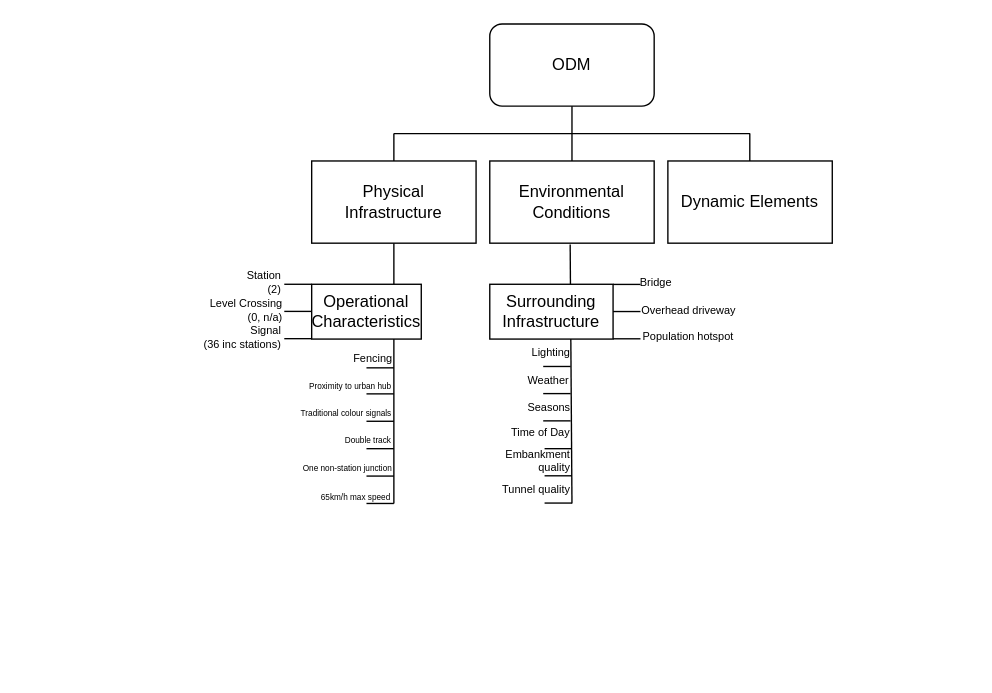
Earlier version of the draw.io diagram Step 1/ODM.drawio (TortoiseFather/SACRED). Source tidied: cells renumbered, new cells numbered last; positions are measured from the earlier drawing's top-left corner, leaving out a move shared by most shapes. Both pictures are drawn from the tidied source at 137%, with x=0, y=0 at pixel (201, 23).
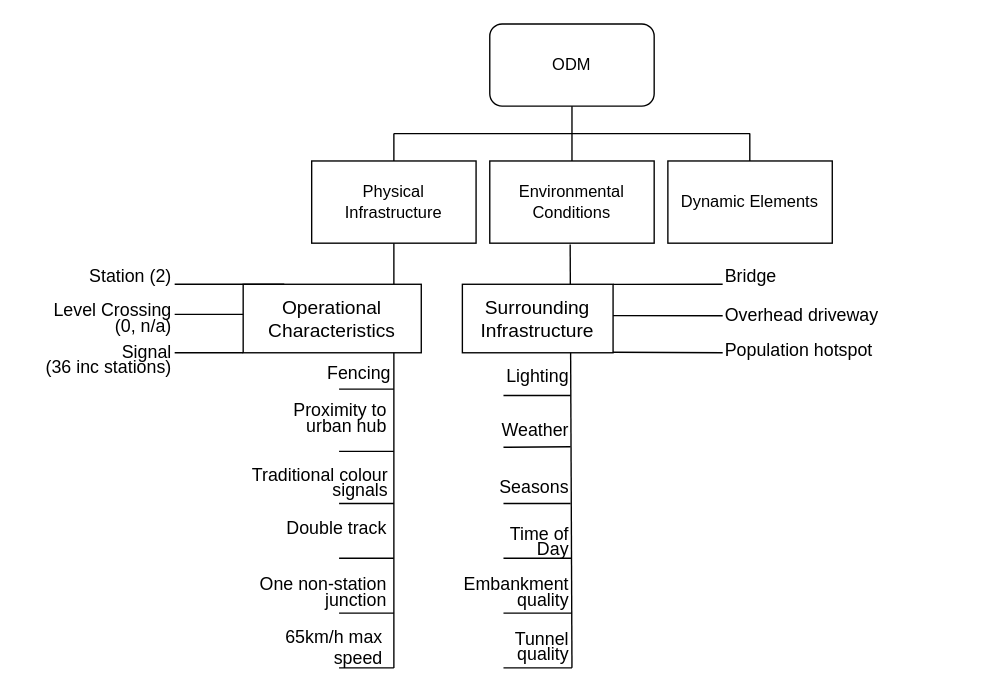
Above is the later version.

The change refers to these unchanged cells:
```xml
<mxCell id="5" value="Physical Infrastructure" style="rounded=0;whiteSpace=wrap;html=1;" parent="1" vertex="1">
  <mxGeometry x="80" y="100" width="120" height="60" as="geometry" />
</mxCell>
<mxCell id="6" value="Environmental Conditions" style="rounded=0;whiteSpace=wrap;html=1;" parent="1" vertex="1">
  <mxGeometry x="210" y="100" width="120" height="60" as="geometry" />
</mxCell>
```

Diff of the diagram source:
```diff
@@
     <mxCell id="2" style="endArrow=none;html=1;rounded=0;fontSize=12;startSize=8;endSize=8;curved=1;entryX=0.489;entryY=1.016;entryDx=0;entryDy=0;entryPerimeter=0;" parent="1" edge="1" target="6">
       <mxGeometry relative="1" as="geometry">
-        <mxPoint x="270" y="350" as="sourcePoint" />
+        <mxPoint x="270" y="470" as="sourcePoint" />
       </mxGeometry>
     </mxCell>
     <mxCell id="3" style="endArrow=none;html=1;rounded=0;fontSize=12;startSize=8;endSize=8;curved=1;entryX=0.5;entryY=1;entryDx=0;entryDy=0;" parent="1" edge="1" target="5">
       <mxGeometry relative="1" as="geometry">
-        <mxPoint x="140" y="350" as="sourcePoint" />
+        <mxPoint x="140" y="470" as="sourcePoint" />
       </mxGeometry>
     </mxCell>
@@
-    <mxCell id="7" value="Operational Characteristics" style="rounded=0;whiteSpace=wrap;html=1;" parent="1" vertex="1">
-      <mxGeometry x="80" y="190" width="80" height="40" as="geometry" />
+    <mxCell id="7" value="&lt;font style=&quot;font-size: 14px;&quot;&gt;Operational Characteristics&lt;/font&gt;" style="rounded=0;whiteSpace=wrap;html=1;" parent="1" vertex="1">
+      <mxGeometry x="30" y="190" width="130" height="50" as="geometry" />
     </mxCell>
-    <mxCell id="8" value="Surrounding Infrastructure" style="rounded=0;whiteSpace=wrap;html=1;" parent="1" vertex="1">
-      <mxGeometry x="210" y="190" width="90" height="40" as="geometry" />
+    <mxCell id="8" value="&lt;font style=&quot;font-size: 14px;&quot;&gt;Surrounding Infrastructure&lt;/font&gt;" style="rounded=0;whiteSpace=wrap;html=1;" parent="1" vertex="1">
+      <mxGeometry x="190" y="190" width="110" height="50" as="geometry" />
     </mxCell>
@@
-    <mxCell id="15" value="&lt;div style=&quot;line-height: 80%;&quot;&gt;&lt;div&gt;&lt;font style=&quot;font-size: 8px; line-height: 80%;&quot;&gt;Station&lt;/font&gt;&lt;/div&gt;&lt;div&gt;&lt;font style=&quot;font-size: 8px; line-height: 80%;&quot;&gt;(2)&lt;/font&gt;&lt;/div&gt;&lt;/div&gt;" style="text;html=1;align=right;verticalAlign=middle;whiteSpace=wrap;rounded=0;" parent="1" vertex="1">
-      <mxGeometry y="173" width="60" height="30" as="geometry" />
+    <mxCell id="15" value="&lt;div style=&quot;line-height: 80%;&quot;&gt;&lt;div&gt;&lt;font style=&quot;line-height: 80%;&quot;&gt;Station (2)&lt;/font&gt;&lt;/div&gt;&lt;/div&gt;" style="text;html=1;align=right;verticalAlign=middle;whiteSpace=wrap;rounded=0;fontSize=13;" parent="1" vertex="1">
+      <mxGeometry x="-120" y="170" width="100" height="30" as="geometry" />
     </mxCell>
     <mxCell id="16" style="endArrow=none;html=1;rounded=0;fontSize=12;startSize=8;endSize=8;curved=1;entryX=0;entryY=0;entryDx=0;entryDy=0;" parent="1" edge="1">
       <mxGeometry relative="1" as="geometry">
-        <mxPoint x="60" y="209.8" as="sourcePoint" />
-        <mxPoint x="80" y="209.8" as="targetPoint" />
+        <mxPoint x="-20" y="212" as="sourcePoint" />
+        <mxPoint x="30" y="212" as="targetPoint" />
       </mxGeometry>
     </mxCell>
-    <mxCell id="17" value="&lt;div style=&quot;line-height: 80%;&quot;&gt;&lt;div&gt;&lt;font style=&quot;font-size: 8px; line-height: 80%;&quot;&gt;Level Crossing&lt;/font&gt;&lt;/div&gt;&lt;div&gt;&lt;font style=&quot;font-size: 8px; line-height: 80%;&quot;&gt;(0, n/a)&lt;/font&gt;&lt;/div&gt;&lt;/div&gt;" style="text;html=1;align=right;verticalAlign=middle;whiteSpace=wrap;rounded=0;" parent="1" vertex="1">
-      <mxGeometry x="1" y="193" width="60" height="30" as="geometry" />
+    <mxCell id="17" value="&lt;div style=&quot;line-height: 80%;&quot;&gt;&lt;div&gt;&lt;font style=&quot;line-height: 80%;&quot;&gt;Level Crossing&lt;/font&gt;&lt;/div&gt;&lt;div&gt;&lt;font style=&quot;line-height: 80%;&quot;&gt;(0, n/a)&lt;/font&gt;&lt;/div&gt;&lt;/div&gt;" style="text;html=1;align=right;verticalAlign=middle;whiteSpace=wrap;rounded=0;fontSize=13;" parent="1" vertex="1">
+      <mxGeometry x="-121" y="200" width="101" height="30" as="geometry" />
     </mxCell>
     <mxCell id="18" style="endArrow=none;html=1;rounded=0;fontSize=12;startSize=8;endSize=8;curved=1;entryX=0;entryY=0;entryDx=0;entryDy=0;" parent="1" edge="1">
       <mxGeometry relative="1" as="geometry">
-        <mxPoint x="60" y="229.7" as="sourcePoint" />
-        <mxPoint x="80" y="229.7" as="targetPoint" />
+        <mxPoint x="-20" y="240" as="sourcePoint" />
+        <mxPoint x="30" y="240" as="targetPoint" />
       </mxGeometry>
     </mxCell>
-    <mxCell id="19" value="&lt;div style=&quot;line-height: 80%;&quot;&gt;&lt;div&gt;&lt;font style=&quot;font-size: 8px; line-height: 80%;&quot;&gt;Signal&lt;/font&gt;&lt;/div&gt;&lt;font style=&quot;font-size: 8px; line-height: 80%;&quot;&gt;(36 inc stations)&lt;/font&gt;&lt;/div&gt;" style="text;html=1;align=right;verticalAlign=middle;whiteSpace=wrap;rounded=0;" parent="1" vertex="1">
-      <mxGeometry y="213" width="60" height="30" as="geometry" />
+    <mxCell id="19" value="&lt;div style=&quot;line-height: 80%;&quot;&gt;&lt;div&gt;&lt;font style=&quot;line-height: 80%;&quot;&gt;Signal&lt;/font&gt;&lt;/div&gt;&lt;font style=&quot;line-height: 80%;&quot;&gt;(36 inc stations)&lt;/font&gt;&lt;/div&gt;" style="text;html=1;align=right;verticalAlign=middle;whiteSpace=wrap;rounded=0;fontSize=13;" parent="1" vertex="1">
+      <mxGeometry x="-130" y="230" width="110" height="30" as="geometry" />
     </mxCell>
     <mxCell id="20" style="endArrow=none;html=1;rounded=0;fontSize=12;startSize=8;endSize=8;curved=1;entryX=0;entryY=0;entryDx=0;entryDy=0;" parent="1" edge="1">
       <mxGeometry relative="1" as="geometry">
-        <mxPoint x="120" y="270" as="sourcePoint" />
-        <mxPoint x="140" y="270" as="targetPoint" />
+        <mxPoint x="100" y="312" as="sourcePoint" />
+        <mxPoint x="140" y="312" as="targetPoint" />
       </mxGeometry>
     </mxCell>
     <mxCell id="21" style="endArrow=none;html=1;rounded=0;fontSize=12;startSize=8;endSize=8;curved=1;entryX=0;entryY=0;entryDx=0;entryDy=0;" parent="1" edge="1">
       <mxGeometry relative="1" as="geometry">
-        <mxPoint x="120" y="251" as="sourcePoint" />
-        <mxPoint x="140" y="251" as="targetPoint" />
+        <mxPoint x="100" y="266.5" as="sourcePoint" />
+        <mxPoint x="140" y="266.5" as="targetPoint" />
       </mxGeometry>
     </mxCell>
     <mxCell id="22" style="endArrow=none;html=1;rounded=0;fontSize=12;startSize=8;endSize=8;curved=1;entryX=0;entryY=0;entryDx=0;entryDy=0;" parent="1" edge="1">
       <mxGeometry relative="1" as="geometry">
-        <mxPoint x="120" y="290" as="sourcePoint" />
-        <mxPoint x="140" y="290" as="targetPoint" />
+        <mxPoint x="100" y="350" as="sourcePoint" />
+        <mxPoint x="140" y="350" as="targetPoint" />
       </mxGeometry>
     </mxCell>
     <mxCell id="23" style="endArrow=none;html=1;rounded=0;fontSize=12;startSize=8;endSize=8;curved=1;entryX=0;entryY=0;entryDx=0;entryDy=0;" parent="1" edge="1">
       <mxGeometry relative="1" as="geometry">
-        <mxPoint x="120" y="310" as="sourcePoint" />
-        <mxPoint x="140" y="310" as="targetPoint" />
+        <mxPoint x="100" y="390" as="sourcePoint" />
+        <mxPoint x="140" y="390" as="targetPoint" />
       </mxGeometry>
     </mxCell>
     <mxCell id="24" style="endArrow=none;html=1;rounded=0;fontSize=12;startSize=8;endSize=8;curved=1;entryX=0;entryY=0;entryDx=0;entryDy=0;" parent="1" edge="1">
       <mxGeometry relative="1" as="geometry">
-        <mxPoint x="120" y="330" as="sourcePoint" />
-        <mxPoint x="140" y="330" as="targetPoint" />
+        <mxPoint x="100" y="430" as="sourcePoint" />
+        <mxPoint x="140" y="430" as="targetPoint" />
       </mxGeometry>
     </mxCell>
     <mxCell id="25" style="endArrow=none;html=1;rounded=0;fontSize=12;startSize=8;endSize=8;curved=1;entryX=0;entryY=0;entryDx=0;entryDy=0;" parent="1" edge="1">
       <mxGeometry relative="1" as="geometry">
-        <mxPoint x="120" y="350" as="sourcePoint" />
-        <mxPoint x="140" y="350" as="targetPoint" />
+        <mxPoint x="100" y="470" as="sourcePoint" />
+        <mxPoint x="140" y="470" as="targetPoint" />
       </mxGeometry>
     </mxCell>
-    <mxCell id="26" value="&lt;font style=&quot;font-size: 8px;&quot;&gt;Fencing&lt;/font&gt;" style="text;html=1;align=center;verticalAlign=middle;whiteSpace=wrap;rounded=0;" parent="1" vertex="1">
-      <mxGeometry x="95" y="228" width="60" height="30" as="geometry" />
+    <mxCell id="26" value="&lt;font&gt;Fencing&lt;/font&gt;" style="text;html=1;align=right;verticalAlign=middle;whiteSpace=wrap;rounded=0;fontSize=13;" parent="1" vertex="1">
+      <mxGeometry x="80" y="240" width="60" height="30" as="geometry" />
     </mxCell>
-    <mxCell id="27" value="&lt;div style=&quot;line-height: 80%;&quot;&gt;&lt;font style=&quot;line-height: 80%; font-size: 6px;&quot;&gt;Proximity to urban hub&lt;/font&gt;&lt;/div&gt;" style="text;html=1;align=center;verticalAlign=middle;whiteSpace=wrap;rounded=0;" parent="1" vertex="1">
-      <mxGeometry x="70" y="248" width="77" height="30" as="geometry" />
+    <mxCell id="27" value="&lt;div style=&quot;line-height: 80%;&quot;&gt;&lt;font style=&quot;line-height: 80%;&quot;&gt;Proximity to urban hub&lt;/font&gt;&lt;/div&gt;" style="text;html=1;align=right;verticalAlign=middle;whiteSpace=wrap;rounded=0;fontSize=13;" parent="1" vertex="1">
+      <mxGeometry x="60" y="273" width="77" height="30" as="geometry" />
     </mxCell>
-    <mxCell id="28" value="&lt;div style=&quot;line-height: 80%;&quot;&gt;&lt;font style=&quot;line-height: 80%; font-size: 6px;&quot;&gt;Traditional colour signals&lt;/font&gt;&lt;/div&gt;" style="text;html=1;align=center;verticalAlign=middle;whiteSpace=wrap;rounded=0;" parent="1" vertex="1">
-      <mxGeometry x="67" y="268" width="77" height="30" as="geometry" />
+    <mxCell id="28" value="&lt;div style=&quot;line-height: 80%;&quot;&gt;&lt;font style=&quot;line-height: 80%;&quot;&gt;Traditional colour signals&lt;/font&gt;&lt;/div&gt;" style="text;html=1;align=right;verticalAlign=middle;whiteSpace=wrap;rounded=0;fontSize=13;" parent="1" vertex="1">
+      <mxGeometry x="23.5" y="320" width="113.5" height="30" as="geometry" />
     </mxCell>
-    <mxCell id="29" value="&lt;div style=&quot;line-height: 80%;&quot;&gt;&lt;font style=&quot;line-height: 80%; font-size: 6px;&quot;&gt;Double track&lt;/font&gt;&lt;/div&gt;" style="text;html=1;align=center;verticalAlign=middle;whiteSpace=wrap;rounded=0;" parent="1" vertex="1">
-      <mxGeometry x="83" y="287" width="77" height="30" as="geometry" />
+    <mxCell id="29" value="&lt;div style=&quot;line-height: 80%;&quot;&gt;&lt;font style=&quot;line-height: 80%;&quot;&gt;Double track&lt;/font&gt;&lt;/div&gt;" style="text;html=1;align=right;verticalAlign=middle;whiteSpace=wrap;rounded=0;fontSize=13;" parent="1" vertex="1">
+      <mxGeometry x="60" y="354" width="77" height="30" as="geometry" />
     </mxCell>
-    <mxCell id="30" value="&lt;div style=&quot;line-height: 80%;&quot;&gt;&lt;font style=&quot;line-height: 80%; font-size: 6px;&quot;&gt;One non-station junction&lt;/font&gt;&lt;/div&gt;" style="text;html=1;align=center;verticalAlign=middle;whiteSpace=wrap;rounded=0;" parent="1" vertex="1">
-      <mxGeometry x="68" y="308" width="77" height="30" as="geometry" />
+    <mxCell id="30" value="&lt;div style=&quot;line-height: 80%;&quot;&gt;&lt;font style=&quot;line-height: 80%;&quot;&gt;One non-station junction&lt;/font&gt;&lt;/div&gt;" style="text;html=1;align=right;verticalAlign=middle;whiteSpace=wrap;rounded=0;fontSize=13;" parent="1" vertex="1">
+      <mxGeometry x="30" y="400" width="107" height="30" as="geometry" />
     </mxCell>
-    <mxCell id="31" value="&lt;div&gt;&lt;font style=&quot;font-size: 6px;&quot;&gt;65km/h max speed&lt;/font&gt;&lt;/div&gt;" style="text;html=1;align=center;verticalAlign=middle;whiteSpace=wrap;rounded=0;fontSize=8;" parent="1" vertex="1">
-      <mxGeometry x="74" y="330" width="77" height="30" as="geometry" />
+    <mxCell id="31" value="&lt;div&gt;&lt;font&gt;65km/h max speed&lt;/font&gt;&lt;/div&gt;" style="text;html=1;align=right;verticalAlign=middle;whiteSpace=wrap;rounded=0;fontSize=13;" parent="1" vertex="1">
+      <mxGeometry x="56.5" y="440" width="77" height="30" as="geometry" />
     </mxCell>
-    <mxCell id="32" style="endArrow=none;html=1;rounded=0;fontSize=12;startSize=8;endSize=8;curved=1;entryX=0;entryY=0;entryDx=0;entryDy=0;" parent="1" edge="1">
+    <mxCell id="32" style="endArrow=none;html=1;rounded=0;fontSize=12;startSize=8;endSize=8;curved=1;" parent="1" edge="1">
       <mxGeometry relative="1" as="geometry">
         <mxPoint x="300" y="190.1" as="sourcePoint" />
-        <mxPoint x="320" y="190.1" as="targetPoint" />
+        <mxPoint x="380" y="190" as="targetPoint" />
       </mxGeometry>
     </mxCell>
-    <mxCell id="33" style="endArrow=none;html=1;rounded=0;fontSize=12;startSize=8;endSize=8;curved=1;entryX=0;entryY=0;entryDx=0;entryDy=0;" parent="1" edge="1">
+    <mxCell id="33" style="endArrow=none;html=1;rounded=0;fontSize=12;startSize=8;endSize=8;curved=1;" parent="1" edge="1">
       <mxGeometry relative="1" as="geometry">
-        <mxPoint x="300" y="209.9" as="sourcePoint" />
-        <mxPoint x="320" y="209.9" as="targetPoint" />
+        <mxPoint x="300" y="212.9" as="sourcePoint" />
+        <mxPoint x="380" y="213" as="targetPoint" />
       </mxGeometry>
     </mxCell>
-    <mxCell id="34" style="endArrow=none;html=1;rounded=0;fontSize=12;startSize=8;endSize=8;curved=1;entryX=0;entryY=0;entryDx=0;entryDy=0;" parent="1" edge="1">
+    <mxCell id="34" style="endArrow=none;html=1;rounded=0;fontSize=12;startSize=8;endSize=8;curved=1;" parent="1" edge="1">
       <mxGeometry relative="1" as="geometry">
-        <mxPoint x="300" y="229.8" as="sourcePoint" />
-        <mxPoint x="320" y="229.8" as="targetPoint" />
+        <mxPoint x="300" y="239.6" as="sourcePoint" />
+        <mxPoint x="380" y="240" as="targetPoint" />
       </mxGeometry>
     </mxCell>
-    <mxCell id="35" value="&lt;div align=&quot;left&quot; style=&quot;line-height: 80%;&quot;&gt;&lt;div&gt;&lt;font style=&quot;font-size: 8px; line-height: 80%;&quot;&gt;Bridge&lt;/font&gt;&lt;/div&gt;&lt;/div&gt;" style="text;html=1;align=left;verticalAlign=middle;whiteSpace=wrap;rounded=0;" parent="1" vertex="1">
-      <mxGeometry x="318" y="173" width="60" height="30" as="geometry" />
+    <mxCell id="35" value="&lt;div style=&quot;line-height: 80%;&quot;&gt;&lt;div&gt;&lt;font style=&quot;line-height: 80%;&quot;&gt;Bridge&lt;/font&gt;&lt;/div&gt;&lt;/div&gt;" style="text;html=1;align=left;verticalAlign=middle;whiteSpace=wrap;rounded=0;fontSize=13;" parent="1" vertex="1">
+      <mxGeometry x="380" y="170" width="60" height="30" as="geometry" />
     </mxCell>
-    <mxCell id="36" value="&lt;div align=&quot;left&quot; style=&quot;line-height: 80%;&quot;&gt;&lt;div&gt;&lt;font style=&quot;font-size: 8px; line-height: 80%;&quot;&gt;Overhead driveway&lt;/font&gt;&lt;/div&gt;&lt;/div&gt;" style="text;html=1;align=left;verticalAlign=middle;whiteSpace=wrap;rounded=0;" parent="1" vertex="1">
-      <mxGeometry x="319" y="193" width="81" height="30" as="geometry" />
+    <mxCell id="36" value="&lt;div style=&quot;line-height: 80%;&quot;&gt;&lt;div&gt;&lt;font style=&quot;line-height: 80%;&quot;&gt;Overhead driveway&lt;/font&gt;&lt;/div&gt;&lt;/div&gt;" style="text;html=1;align=left;verticalAlign=middle;whiteSpace=wrap;rounded=0;fontSize=13;" parent="1" vertex="1">
+      <mxGeometry x="380" y="196" width="174" height="34" as="geometry" />
     </mxCell>
-    <mxCell id="37" value="&lt;div align=&quot;left&quot; style=&quot;line-height: 80%;&quot;&gt;&lt;div&gt;&lt;font style=&quot;font-size: 8px; line-height: 80%;&quot;&gt;Population hotspot&lt;/font&gt;&lt;/div&gt;&lt;/div&gt;" style="text;html=1;align=left;verticalAlign=middle;whiteSpace=wrap;rounded=0;" parent="1" vertex="1">
-      <mxGeometry x="320" y="212" width="81" height="30" as="geometry" />
+    <mxCell id="37" value="&lt;div style=&quot;line-height: 80%;&quot;&gt;&lt;div&gt;&lt;font style=&quot;line-height: 80%;&quot;&gt;Population hotspot&lt;/font&gt;&lt;/div&gt;&lt;/div&gt;" style="text;html=1;align=left;verticalAlign=middle;whiteSpace=wrap;rounded=0;fontSize=13;" parent="1" vertex="1">
+      <mxGeometry x="380" y="224" width="180" height="30" as="geometry" />
     </mxCell>
     <mxCell id="38" style="endArrow=none;html=1;rounded=0;fontSize=12;startSize=8;endSize=8;curved=1;entryX=0;entryY=0;entryDx=0;entryDy=0;" parent="1" edge="1">
       <mxGeometry relative="1" as="geometry">
-        <mxPoint x="249" y="250" as="sourcePoint" />
-        <mxPoint x="269" y="250" as="targetPoint" />
+        <mxPoint x="220" y="271.2" as="sourcePoint" />
+        <mxPoint x="269" y="271.2" as="targetPoint" />
       </mxGeometry>
     </mxCell>
     <mxCell id="39" style="endArrow=none;html=1;rounded=0;fontSize=12;startSize=8;endSize=8;curved=1;entryX=0;entryY=0;entryDx=0;entryDy=0;" parent="1" edge="1">
       <mxGeometry relative="1" as="geometry">
-        <mxPoint x="249" y="269.8" as="sourcePoint" />
-        <mxPoint x="269" y="269.8" as="targetPoint" />
+        <mxPoint x="220" y="309" as="sourcePoint" />
+        <mxPoint x="269" y="308.6" as="targetPoint" />
       </mxGeometry>
     </mxCell>
     <mxCell id="40" style="endArrow=none;html=1;rounded=0;fontSize=12;startSize=8;endSize=8;curved=1;entryX=0;entryY=0;entryDx=0;entryDy=0;" parent="1" edge="1">
       <mxGeometry relative="1" as="geometry">
-        <mxPoint x="249" y="289.7" as="sourcePoint" />
-        <mxPoint x="269" y="289.7" as="targetPoint" />
+        <mxPoint x="220" y="350" as="sourcePoint" />
+        <mxPoint x="269" y="350" as="targetPoint" />
       </mxGeometry>
     </mxCell>
     <mxCell id="41" style="endArrow=none;html=1;rounded=0;fontSize=12;startSize=8;endSize=8;curved=1;entryX=0;entryY=0;entryDx=0;entryDy=0;" parent="1" edge="1">
       <mxGeometry relative="1" as="geometry">
-        <mxPoint x="250" y="310" as="sourcePoint" />
-        <mxPoint x="270" y="310" as="targetPoint" />
+        <mxPoint x="220" y="390" as="sourcePoint" />
+        <mxPoint x="270" y="390" as="targetPoint" />
       </mxGeometry>
     </mxCell>
     <mxCell id="42" style="endArrow=none;html=1;rounded=0;fontSize=12;startSize=8;endSize=8;curved=1;entryX=0;entryY=0;entryDx=0;entryDy=0;" parent="1" edge="1">
       <mxGeometry relative="1" as="geometry">
-        <mxPoint x="250" y="329.8" as="sourcePoint" />
-        <mxPoint x="270" y="329.8" as="targetPoint" />
+        <mxPoint x="220" y="430" as="sourcePoint" />
+        <mxPoint x="270" y="430" as="targetPoint" />
       </mxGeometry>
     </mxCell>
     <mxCell id="43" style="endArrow=none;html=1;rounded=0;fontSize=12;startSize=8;endSize=8;curved=1;entryX=0;entryY=0;entryDx=0;entryDy=0;" parent="1" edge="1">
       <mxGeometry relative="1" as="geometry">
-        <mxPoint x="250" y="349.7" as="sourcePoint" />
-        <mxPoint x="270" y="349.7" as="targetPoint" />
+        <mxPoint x="220" y="470" as="sourcePoint" />
+        <mxPoint x="270" y="470" as="targetPoint" />
       </mxGeometry>
     </mxCell>
-    <mxCell id="44" value="&lt;div align=&quot;left&quot; style=&quot;line-height: 80%;&quot;&gt;&lt;div&gt;&lt;font style=&quot;font-size: 8px; line-height: 80%;&quot;&gt;Lighting&lt;/font&gt;&lt;/div&gt;&lt;/div&gt;" style="text;html=1;align=left;verticalAlign=middle;whiteSpace=wrap;rounded=0;" parent="1" vertex="1">
-      <mxGeometry x="239" y="224" width="60" height="30" as="geometry" />
+    <mxCell id="44" value="&lt;div style=&quot;line-height: 80%;&quot;&gt;&lt;div&gt;&lt;font style=&quot;line-height: 80%;&quot;&gt;Lighting&lt;/font&gt;&lt;/div&gt;&lt;/div&gt;" style="text;html=1;align=right;verticalAlign=middle;whiteSpace=wrap;rounded=0;fontSize=13;" parent="1" vertex="1">
+      <mxGeometry x="210" y="243" width="60" height="30" as="geometry" />
     </mxCell>
-    <mxCell id="45" value="&lt;div align=&quot;left&quot; style=&quot;line-height: 80%;&quot;&gt;&lt;div&gt;&lt;font style=&quot;font-size: 8px; line-height: 80%;&quot;&gt;Weather&lt;/font&gt;&lt;/div&gt;&lt;/div&gt;" style="text;html=1;align=left;verticalAlign=middle;whiteSpace=wrap;rounded=0;" parent="1" vertex="1">
-      <mxGeometry x="236" y="244" width="60" height="30" as="geometry" />
+    <mxCell id="45" value="&lt;div style=&quot;line-height: 80%;&quot;&gt;&lt;div&gt;&lt;font style=&quot;line-height: 80%;&quot;&gt;Weather&lt;/font&gt;&lt;/div&gt;&lt;/div&gt;" style="text;html=1;align=right;verticalAlign=middle;whiteSpace=wrap;rounded=0;fontSize=13;" parent="1" vertex="1">
+      <mxGeometry x="210" y="282" width="60" height="30" as="geometry" />
     </mxCell>
-    <mxCell id="46" value="&lt;div align=&quot;left&quot; style=&quot;line-height: 80%;&quot;&gt;&lt;div&gt;&lt;font style=&quot;font-size: 8px; line-height: 80%;&quot;&gt;Seasons&lt;/font&gt;&lt;/div&gt;&lt;/div&gt;" style="text;html=1;align=left;verticalAlign=middle;whiteSpace=wrap;rounded=0;" parent="1" vertex="1">
-      <mxGeometry x="236" y="264" width="60" height="30" as="geometry" />
+    <mxCell id="46" value="&lt;div style=&quot;line-height: 80%;&quot;&gt;&lt;div&gt;&lt;font style=&quot;line-height: 80%;&quot;&gt;Seasons&lt;/font&gt;&lt;/div&gt;&lt;/div&gt;" style="text;html=1;align=right;verticalAlign=middle;whiteSpace=wrap;rounded=0;fontSize=13;" parent="1" vertex="1">
+      <mxGeometry x="210" y="324" width="60" height="30" as="geometry" />
     </mxCell>
-    <mxCell id="47" value="&lt;div align=&quot;left&quot; style=&quot;line-height: 80%;&quot;&gt;&lt;div&gt;&lt;font style=&quot;font-size: 8px; line-height: 80%;&quot;&gt;Time of Day&lt;/font&gt;&lt;/div&gt;&lt;/div&gt;" style="text;html=1;align=left;verticalAlign=middle;whiteSpace=wrap;rounded=0;" parent="1" vertex="1">
-      <mxGeometry x="224" y="282" width="60" height="30" as="geometry" />
+    <mxCell id="47" value="&lt;div style=&quot;line-height: 80%;&quot;&gt;&lt;div&gt;&lt;font style=&quot;line-height: 80%;&quot;&gt;Time of Day&lt;/font&gt;&lt;/div&gt;&lt;/div&gt;" style="text;html=1;align=right;verticalAlign=middle;whiteSpace=wrap;rounded=0;fontSize=13;" parent="1" vertex="1">
+      <mxGeometry x="210" y="363" width="60" height="30" as="geometry" />
     </mxCell>
-    <mxCell id="48" value="&lt;div style=&quot;line-height: 80%;&quot;&gt;&lt;div&gt;&lt;font style=&quot;font-size: 8px; line-height: 80%;&quot;&gt;Embankment quality&lt;/font&gt;&lt;/div&gt;&lt;/div&gt;" style="text;html=1;align=right;verticalAlign=middle;whiteSpace=wrap;rounded=0;" parent="1" vertex="1">
-      <mxGeometry x="211" y="303" width="60" height="30" as="geometry" />
+    <mxCell id="48" value="&lt;div style=&quot;line-height: 80%;&quot;&gt;&lt;div&gt;&lt;font style=&quot;line-height: 80%;&quot;&gt;Embankment quality&lt;/font&gt;&lt;/div&gt;&lt;/div&gt;" style="text;html=1;align=right;verticalAlign=middle;whiteSpace=wrap;rounded=0;fontSize=13;" parent="1" vertex="1">
+      <mxGeometry x="210" y="400" width="60" height="30" as="geometry" />
     </mxCell>
-    <mxCell id="49" value="&lt;div style=&quot;line-height: 80%;&quot;&gt;&lt;div&gt;&lt;font style=&quot;font-size: 8px; line-height: 80%;&quot;&gt;Tunnel quality&lt;/font&gt;&lt;/div&gt;&lt;/div&gt;" style="text;html=1;align=right;verticalAlign=middle;whiteSpace=wrap;rounded=0;" parent="1" vertex="1">
-      <mxGeometry x="211" y="324" width="60" height="30" as="geometry" />
+    <mxCell id="49" value="&lt;div style=&quot;line-height: 80%;&quot;&gt;&lt;div&gt;&lt;font style=&quot;line-height: 80%;&quot;&gt;Tunnel quality&lt;/font&gt;&lt;/div&gt;&lt;/div&gt;" style="text;html=1;align=right;verticalAlign=middle;whiteSpace=wrap;rounded=0;fontSize=13;" parent="1" vertex="1">
+      <mxGeometry x="210" y="440" width="60" height="30" as="geometry" />
     </mxCell>
+    <mxCell id="50" style="endArrow=none;html=1;rounded=0;fontSize=12;startSize=8;endSize=8;curved=1;entryX=0;entryY=0;entryDx=0;entryDy=0;" parent="1" edge="1">
+      <mxGeometry relative="1" as="geometry">
+        <mxPoint x="-20" y="190" as="sourcePoint" />
+        <mxPoint x="30" y="190" as="targetPoint" />
+      </mxGeometry>
+    </mxCell>
```
